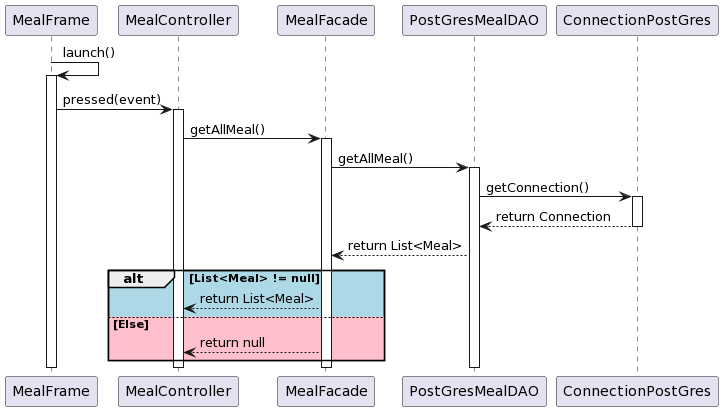
The PlantUML diagram diagrammes/Meal/sequence-meal-getAllMeal.png in thmsfnr/Simplify, before a commit.
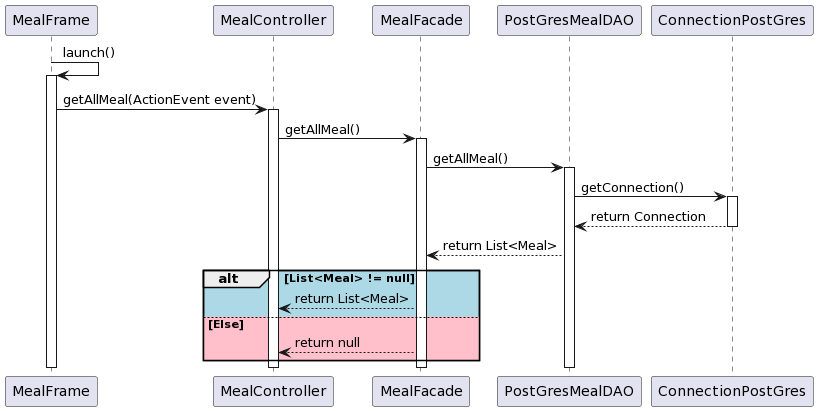
Later version of the same file.

Commit message:
correction diagramme classe et sequence meal

What changed in the source:
```diff
@@ -2,7 +2,7 @@
 MealFrame -> MealFrame : launch()
 activate MealFrame
 
-MealFrame -> MealController: pressed(event)
+MealFrame -> MealController: getAllMeal(ActionEvent event)
 activate MealController
 
 MealController -> MealFacade: getAllMeal()
```
